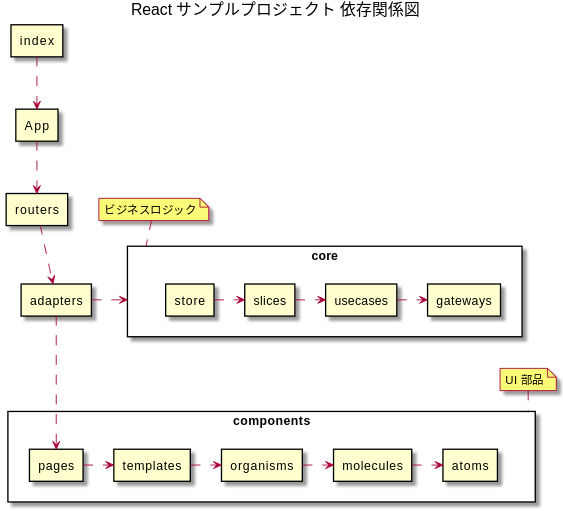
yamagame/react-typescript-starter-app keeps this PlantUML diagram as docs/diagrams/out/architecture/dependencies.svg. Above is the earlier version.
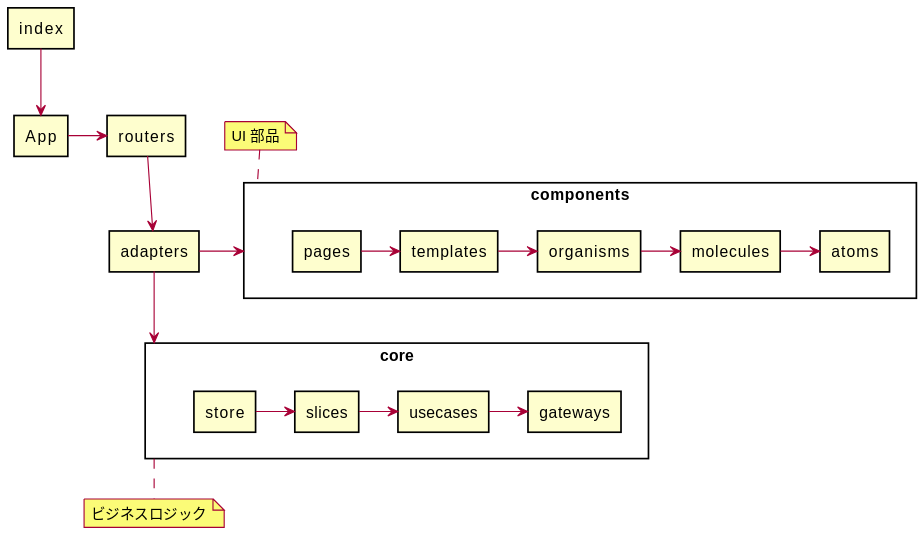
Above is the later version.

What changed in the source:
```diff
@@ -1,6 +1,6 @@
 @startuml dependencies
-scale 400 width
-title  React サンプルプロジェクト 依存関係図
+skinparam shadowing false
+scale 0.8
 
 skinparam packageStyle Rectangle
 
@@ -8,6 +8,7 @@
 rectangle App
 rectangle routers
 rectangle adapters
+
 package components {
   rectangle pages
   rectangle organisms
@@ -16,19 +17,6 @@
   rectangle templates
 }
 
-note top of components
-  UI 部品
-end note
-
-index ..> App
-App ..> routers
-routers ..> adapters
-pages .> templates
-adapters ...> pages
-organisms .> molecules
-molecules .> atoms
-templates .> organisms
-
 package core {
   rectangle gateways
   rectangle slices
@@ -36,12 +24,26 @@
   rectangle usecases
 }
 
-adapters .> core
-store .> slices
-slices .> usecases
-usecases .> gateways
+note top of components
+  UI 部品
+end note
 
-note top of core
+index --> App
+App -> routers
+routers --> adapters
+pages -> templates
+organisms -> molecules
+molecules -> atoms
+templates -> organisms
+
+store -> slices
+slices -> usecases
+usecases -> gateways
+
+adapters -> components
+adapters --> core
+
+note bottom of core
   ビジネスロジック
 end note
 
```
